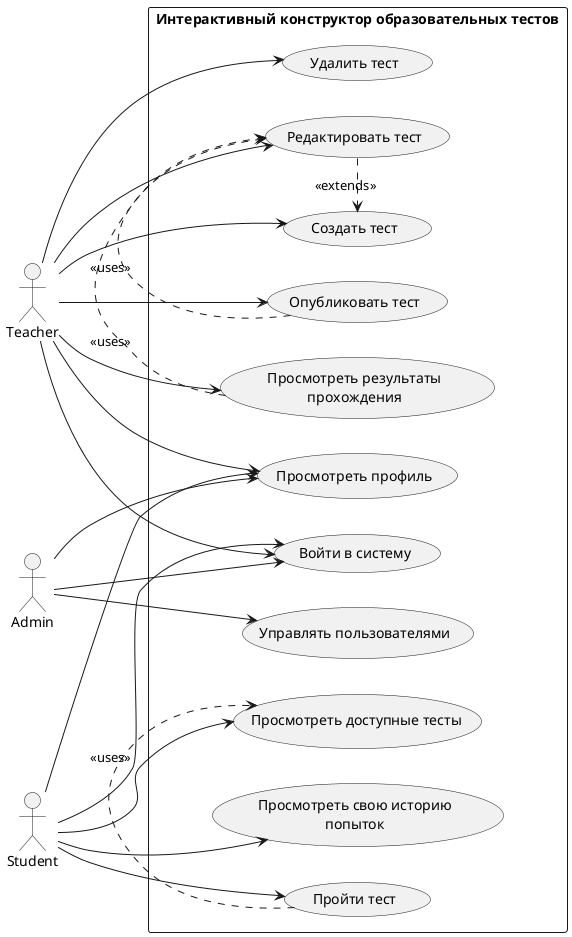
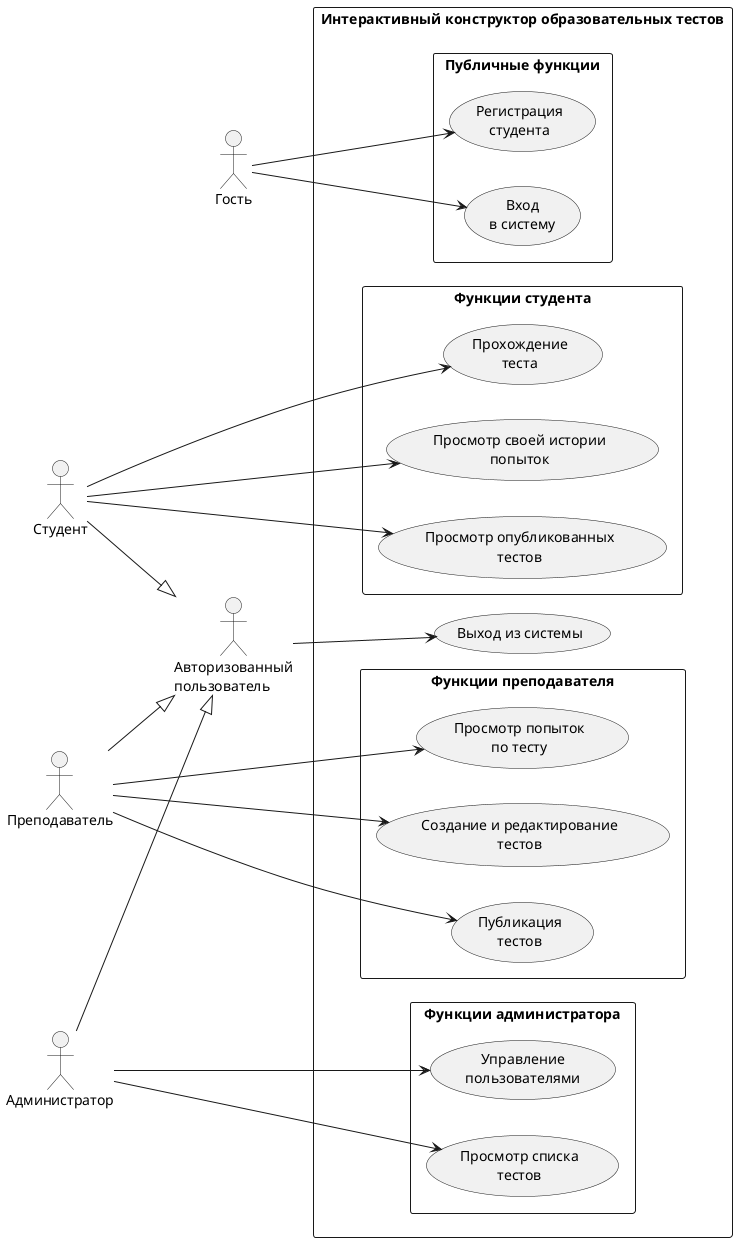
@startuml
left to right direction
+ skinparam shadowing false
skinparam packageStyle rectangle

- actor Admin as admin
- actor Teacher as teacher
- actor Student as student
+ actor "Гость" as Guest
+ actor "Авторизованный\nпользователь" as AuthUser
+ actor "Студент" as Student
+ actor "Преподаватель" as Teacher
+ actor "Администратор" as Admin
+ 
+ Student --|> AuthUser
+ Teacher --|> AuthUser
+ Admin --|> AuthUser

rectangle "Интерактивный конструктор образовательных тестов" {
-   usecase "Войти в систему" as UCLogin
-   usecase "Просмотреть профиль" as UCProfile
-   usecase "Управлять пользователями" as UCUsers
-   usecase "Создать тест" as UCCreateTest
-   usecase "Редактировать тест" as UCEditTest
-   usecase "Удалить тест" as UCDeleteTest
-   usecase "Опубликовать тест" as UCPublish
-   usecase "Просмотреть результаты\nпрохождения" as UCResults
-   usecase "Просмотреть доступные тесты" as UCListTests
-   usecase "Пройти тест" as UCTakeTest
-   usecase "Просмотреть свою историю\nпопыток" as UCHistory
+   rectangle "Публичные функции" {
+     usecase "Регистрация\nстудента" as UCRegister
+     usecase "Вход\nв систему" as UCLogin
+   }
+ 
+   rectangle "Функции студента" {
+     usecase "Просмотр опубликованных\nтестов" as UCListTests
+     usecase "Прохождение\nтеста" as UCTakeTest
+     usecase "Просмотр своей истории\nпопыток" as UCHistory
+   }
+ 
+   rectangle "Функции преподавателя" {
+     usecase "Создание и редактирование\nтестов" as UCManageTests
+     usecase "Публикация\nтестов" as UCPublishTests
+     usecase "Просмотр попыток\nпо тесту" as UCViewAttempts
+   }
+ 
+   rectangle "Функции администратора" {
+     usecase "Управление\nпользователями" as UCManageUsers
+     usecase "Просмотр списка\nтестов" as UCViewAllTests
+   }
+ 
+   usecase "Выход из системы" as UCLogout
}

- admin --> UCLogin
- admin --> UCProfile
- admin --> UCUsers
+ Guest --> UCRegister
+ Guest --> UCLogin

- teacher --> UCLogin
- teacher --> UCProfile
- teacher --> UCCreateTest
- teacher --> UCEditTest
- teacher --> UCDeleteTest
- teacher --> UCPublish
- teacher --> UCResults
+ AuthUser --> UCLogout

- student --> UCLogin
- student --> UCProfile
- student --> UCListTests
- student --> UCTakeTest
- student --> UCHistory
+ Student --> UCListTests
+ Student --> UCTakeTest
+ Student --> UCHistory

- UCEditTest .> UCCreateTest : <<extends>>
- UCPublish .> UCEditTest : <<uses>>
- UCTakeTest .> UCListTests : <<uses>>
- UCResults .> UCEditTest : <<uses>>
+ Teacher --> UCManageTests
+ Teacher --> UCPublishTests
+ Teacher --> UCViewAttempts
+ 
+ Admin --> UCManageUsers
+ Admin --> UCViewAllTests
@enduml
